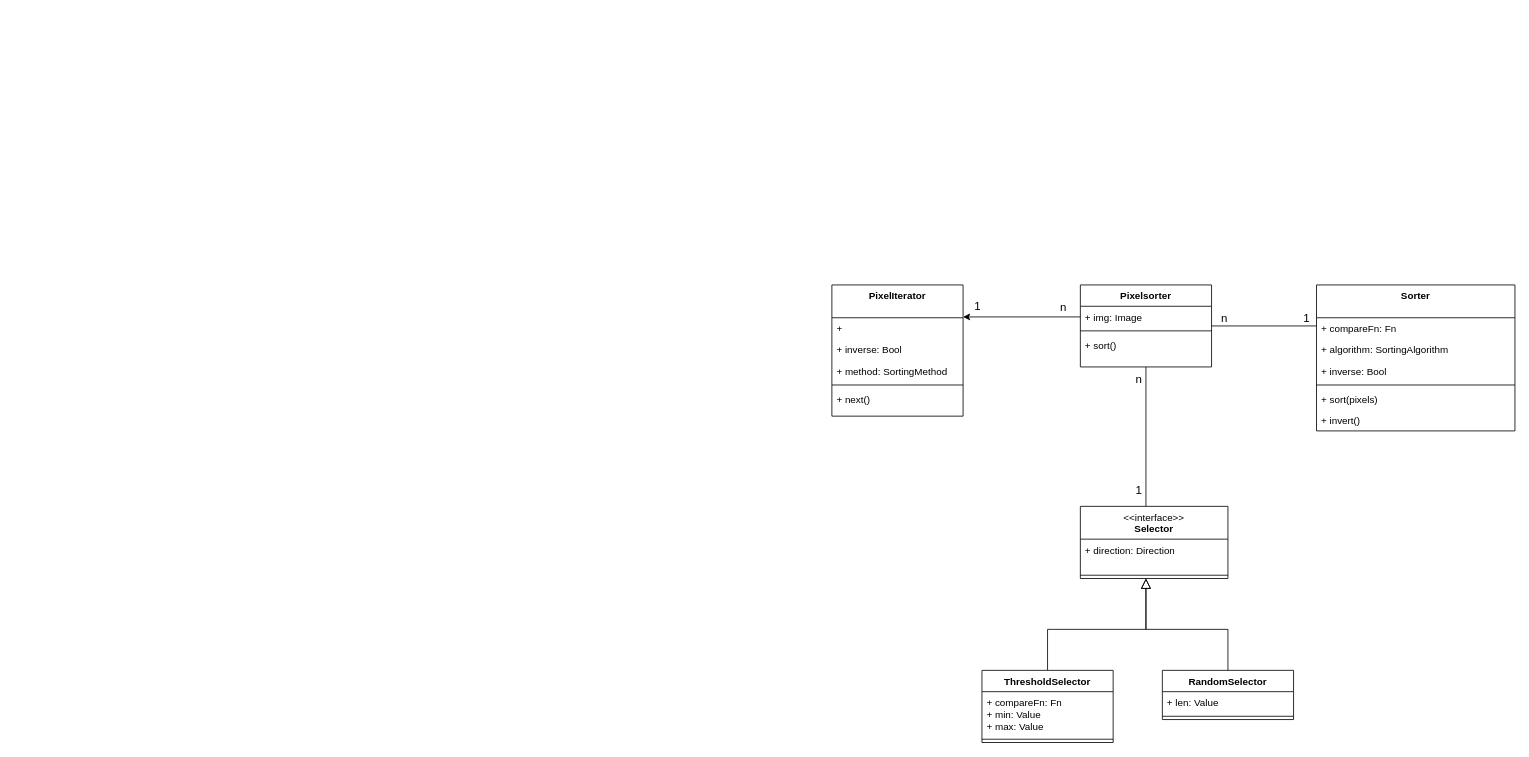
Lxtharia/pixelsortery keeps this draw.io diagram as PixelSorter-ClassDiagram.drawio. Above is the earlier version. Source tidied: cells renumbered, new cells numbered last; positions are measured from the earlier drawing's top-left corner, leaving out a move shared by most shapes. Both pictures are drawn from the tidied source at 82%, with x=0, y=0 at pixel (831, 285).
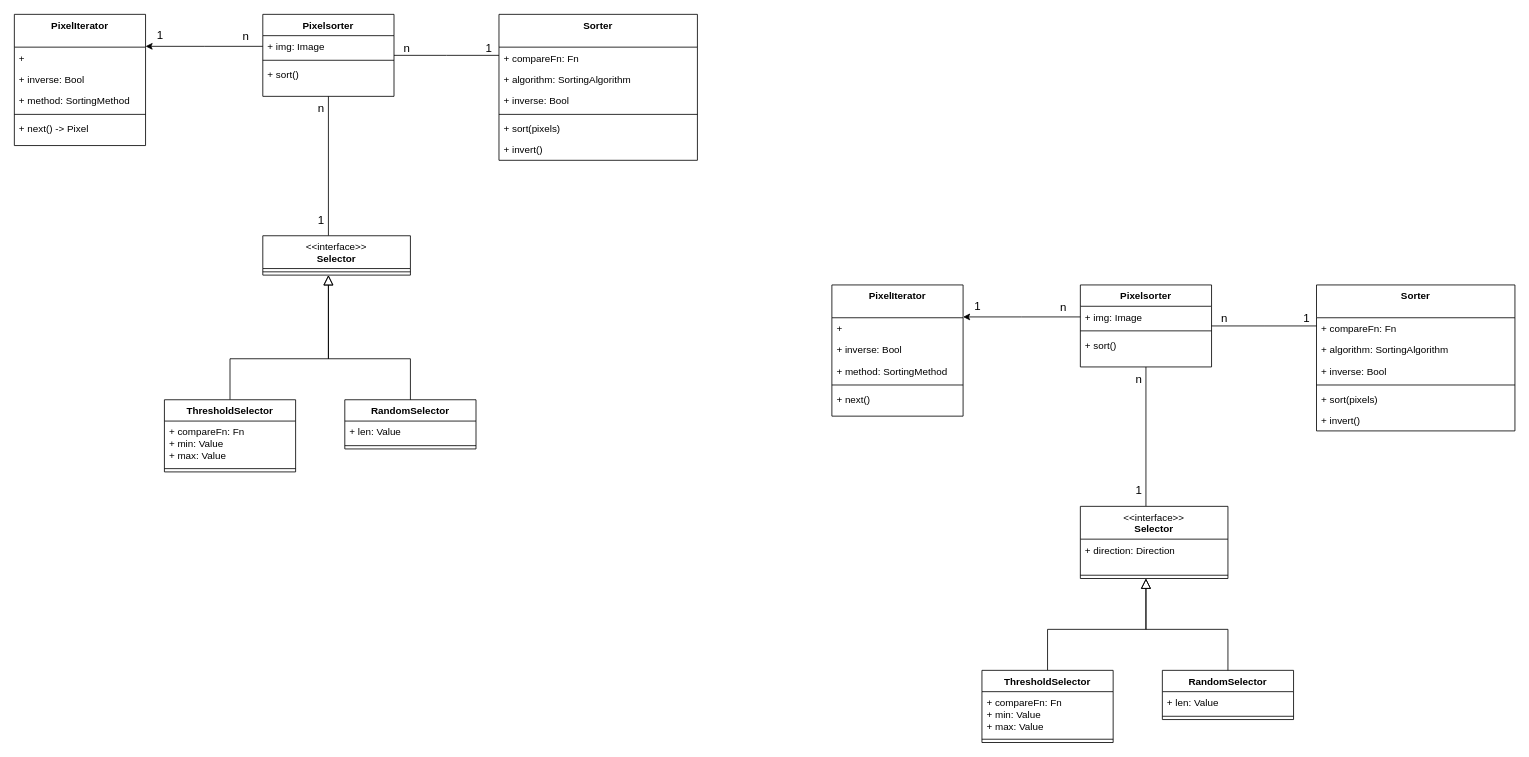
The same diagram, later.

Commit message (it also covers changes not shown here):
Do something to the diagram

The edit, as a diff of the source:
```diff
@@
+    <mxCell id="39" value="&lt;div&gt;&lt;br&gt;&lt;/div&gt;&lt;div&gt;&lt;br&gt;&lt;/div&gt;" style="edgeStyle=orthogonalEdgeStyle;rounded=0;orthogonalLoop=1;jettySize=auto;html=1;endArrow=none;endFill=0;fontFamily=Intel One Mono;" parent="1" edge="1">
+      <mxGeometry relative="1" as="geometry">
+        <mxPoint x="-614" y="-230" as="sourcePoint" />
+        <mxPoint x="-614" y="-60" as="targetPoint" />
+      </mxGeometry>
+    </mxCell>
+    <mxCell id="40" value="n" style="edgeLabel;html=1;align=center;verticalAlign=middle;fontSize=14;fontFamily=Intel One Mono;" parent="39" vertex="1">
+      <mxGeometry x="-0.84" y="-4" relative="1" as="geometry">
+        <mxPoint x="-6" as="offset" />
+      </mxGeometry>
+    </mxCell>
+    <mxCell id="41" value="1" style="edgeLabel;html=1;align=center;verticalAlign=middle;fontSize=14;fontFamily=Intel One Mono;" parent="39" vertex="1">
+      <mxGeometry x="0.74" y="-1" relative="1" as="geometry">
+        <mxPoint x="-9" y="2" as="offset" />
+      </mxGeometry>
+    </mxCell>
+    <mxCell id="42" value="Pixelsorter&#10;" style="swimlane;fontStyle=1;align=center;verticalAlign=top;horizontal=1;startSize=26;rounded=0;shadow=0;strokeWidth=1;fontFamily=Intel One Mono;" parent="1" vertex="1">
+      <mxGeometry x="-694" y="-330" width="160" height="100" as="geometry" />
+    </mxCell>
+    <mxCell id="43" value="+ img: Image" style="text;align=left;verticalAlign=top;spacingLeft=4;spacingRight=4;overflow=hidden;points=[[0,0.5],[1,0.5]];portConstraint=eastwest;rounded=0;shadow=0;html=0;fontFamily=Intel One Mono;" parent="42" vertex="1">
+      <mxGeometry y="26" width="160" height="26" as="geometry" />
+    </mxCell>
+    <mxCell id="44" style="line;html=1;strokeWidth=1;align=left;verticalAlign=middle;spacingTop=-1;spacingLeft=3;spacingRight=3;labelPosition=right;fontFamily=Intel One Mono;" parent="42" vertex="1">
+      <mxGeometry y="52" width="160" height="8" as="geometry" />
+    </mxCell>
+    <mxCell id="45" value="+ sort()" style="text;align=left;verticalAlign=top;spacingLeft=4;spacingRight=4;overflow=hidden;fontFamily=Intel One Mono;" parent="42" vertex="1">
+      <mxGeometry y="60" width="160" height="26" as="geometry" />
+    </mxCell>
+    <mxCell id="46" value="Sorter" style="swimlane;fontStyle=1;align=center;verticalAlign=top;horizontal=1;startSize=40;rounded=0;shadow=0;strokeWidth=1;fontFamily=Intel One Mono;" parent="1" vertex="1">
+      <mxGeometry x="-406" y="-330" width="242" height="178" as="geometry" />
+    </mxCell>
+    <mxCell id="47" value="+ compareFn: Fn" style="text;align=left;verticalAlign=top;spacingLeft=4;spacingRight=4;overflow=hidden;fontFamily=Intel One Mono;" parent="46" vertex="1">
+      <mxGeometry y="40" width="242" height="26" as="geometry" />
+    </mxCell>
+    <mxCell id="48" value="+ algorithm: SortingAlgorithm" style="text;align=left;verticalAlign=top;spacingLeft=4;spacingRight=4;overflow=hidden;rounded=0;shadow=0;html=0;fontFamily=Intel One Mono;" parent="46" vertex="1">
+      <mxGeometry y="66" width="242" height="26" as="geometry" />
+    </mxCell>
+    <mxCell id="49" value="+ inverse: Bool" style="text;align=left;verticalAlign=top;spacingLeft=4;spacingRight=4;overflow=hidden;rounded=0;shadow=0;html=0;fontFamily=Intel One Mono;" parent="46" vertex="1">
+      <mxGeometry y="92" width="242" height="26" as="geometry" />
+    </mxCell>
+    <mxCell id="50" style="line;html=1;strokeWidth=1;align=left;verticalAlign=middle;spacingTop=-1;spacingLeft=3;spacingRight=3;labelPosition=right;fontFamily=Intel One Mono;" parent="46" vertex="1">
+      <mxGeometry y="118" width="242" height="8" as="geometry" />
+    </mxCell>
+    <mxCell id="51" value="+ sort(pixels)" style="text;align=left;verticalAlign=top;spacingLeft=4;spacingRight=4;overflow=hidden;fontFamily=Intel One Mono;" parent="46" vertex="1">
+      <mxGeometry y="126" width="242" height="26" as="geometry" />
+    </mxCell>
+    <mxCell id="52" value="+ invert()" style="text;align=left;verticalAlign=top;spacingLeft=4;spacingRight=4;overflow=hidden;fontFamily=Intel One Mono;" parent="46" vertex="1">
+      <mxGeometry y="152" width="242" height="26" as="geometry" />
+    </mxCell>
+    <mxCell id="53" style="endArrow=none;shadow=0;strokeWidth=1;rounded=0;endFill=0;edgeStyle=elbowEdgeStyle;elbow=vertical;fontSize=14;fontFamily=Intel One Mono;" parent="1" edge="1" source="42" target="46">
+      <mxGeometry x="0.5" y="41" relative="1" as="geometry">
+        <mxPoint x="-40" y="32" as="offset" />
+      </mxGeometry>
+    </mxCell>
+    <mxCell id="54" value="n" style="align=left;verticalAlign=bottom;labelBackgroundColor=none;fontSize=14;fontFamily=Intel One Mono;" parent="53" vertex="1">
+      <mxGeometry x="-1" relative="1" as="geometry">
+        <mxPoint x="10" as="offset" />
+      </mxGeometry>
+    </mxCell>
+    <mxCell id="55" value="1" style="align=right;verticalAlign=bottom;labelBackgroundColor=none;fontSize=14;fontFamily=Intel One Mono;" parent="53" vertex="1">
+      <mxGeometry x="1" relative="1" as="geometry">
+        <mxPoint x="-7" as="offset" />
+      </mxGeometry>
+    </mxCell>
+    <mxCell id="56" value="1" style="align=right;verticalAlign=bottom;labelBackgroundColor=none;fontSize=14;fontFamily=Intel One Mono;" parent="53" vertex="1">
+      <mxGeometry x="1" relative="1" as="geometry">
+        <mxPoint x="-408" y="-15" as="offset" />
+      </mxGeometry>
+    </mxCell>
+    <mxCell id="57" value="&lt;div&gt;&lt;span style=&quot;font-weight: normal;&quot;&gt;&amp;lt;&amp;lt;interface&amp;gt;&amp;gt;&lt;/span&gt;&lt;/div&gt;Selector" style="swimlane;fontStyle=1;align=center;verticalAlign=top;horizontal=1;startSize=40;whiteSpace=wrap;html=1;fontFamily=Intel One Mono;" parent="1" vertex="1">
+      <mxGeometry x="-694" y="-60" width="180" height="48" as="geometry" />
+    </mxCell>
+    <mxCell id="58" style="line;strokeWidth=1;fillColor=none;align=left;verticalAlign=middle;spacingTop=-1;spacingLeft=3;spacingRight=3;labelPosition=right;strokeColor=inherit;fontFamily=Intel One Mono;" parent="57" vertex="1">
+      <mxGeometry y="40" width="180" height="8" as="geometry" />
+    </mxCell>
+    <mxCell id="59" style="edgeStyle=elbowEdgeStyle;rounded=0;jettySize=auto;html=1;elbow=vertical;endArrow=block;endFill=0;endSize=10;fontFamily=Intel One Mono;" parent="1" edge="1" source="60" target="57">
+      <mxGeometry relative="1" as="geometry">
+        <Array as="points">
+          <mxPoint x="-614" y="90" />
+        </Array>
+      </mxGeometry>
+    </mxCell>
+    <mxCell id="60" value="ThresholdSelector" style="swimlane;fontStyle=1;align=center;verticalAlign=top;horizontal=1;startSize=26;whiteSpace=wrap;html=1;fontFamily=Intel One Mono;" parent="1" vertex="1">
+      <mxGeometry x="-814" y="140" width="160" height="88" as="geometry" />
+    </mxCell>
+    <mxCell id="61" value="+ compareFn: Fn&lt;div&gt;+ min: Value&lt;/div&gt;&lt;div&gt;+ max: Value&lt;/div&gt;" style="text;strokeColor=none;fillColor=none;align=left;verticalAlign=top;spacingLeft=4;spacingRight=4;overflow=hidden;whiteSpace=wrap;html=1;fontFamily=Intel One Mono;" parent="60" vertex="1">
+      <mxGeometry y="26" width="160" height="54" as="geometry" />
+    </mxCell>
+    <mxCell id="62" style="line;strokeWidth=1;fillColor=none;align=left;verticalAlign=middle;spacingTop=-1;spacingLeft=3;spacingRight=3;labelPosition=right;strokeColor=inherit;fontFamily=Intel One Mono;" parent="60" vertex="1">
+      <mxGeometry y="80" width="160" height="8" as="geometry" />
+    </mxCell>
+    <mxCell id="63" value="RandomSelector" style="swimlane;fontStyle=1;align=center;verticalAlign=top;horizontal=1;startSize=26;whiteSpace=wrap;html=1;fontFamily=Intel One Mono;" parent="1" vertex="1">
+      <mxGeometry x="-594" y="140" width="160" height="60" as="geometry" />
+    </mxCell>
+    <mxCell id="64" value="+ len: Value" style="text;strokeColor=none;fillColor=none;align=left;verticalAlign=top;spacingLeft=4;spacingRight=4;overflow=hidden;whiteSpace=wrap;html=1;fontFamily=Intel One Mono;" parent="63" vertex="1">
+      <mxGeometry y="26" width="160" height="26" as="geometry" />
+    </mxCell>
+    <mxCell id="65" style="line;strokeWidth=1;fillColor=none;align=left;verticalAlign=middle;spacingTop=-1;spacingLeft=3;spacingRight=3;labelPosition=right;strokeColor=inherit;fontFamily=Intel One Mono;" parent="63" vertex="1">
+      <mxGeometry y="52" width="160" height="8" as="geometry" />
+    </mxCell>
+    <mxCell id="66" style="edgeStyle=elbowEdgeStyle;rounded=0;jettySize=auto;html=1;endArrow=block;endFill=0;elbow=vertical;endSize=10;fontFamily=Intel One Mono;" parent="1" edge="1" source="63" target="57">
+      <mxGeometry relative="1" as="geometry">
+        <Array as="points">
+          <mxPoint x="-614" y="90" />
+        </Array>
+      </mxGeometry>
+    </mxCell>
+    <mxCell id="67" value="PixelIterator" style="swimlane;fontStyle=1;align=center;verticalAlign=top;horizontal=1;startSize=40;rounded=0;shadow=0;strokeWidth=1;fontFamily=Intel One Mono;" parent="1" vertex="1">
+      <mxGeometry x="-997" y="-330" width="160" height="160" as="geometry" />
+    </mxCell>
+    <mxCell id="68" value="+ " style="text;align=left;verticalAlign=top;spacingLeft=4;spacingRight=4;overflow=hidden;fontFamily=Intel One Mono;" parent="67" vertex="1">
+      <mxGeometry y="40" width="160" height="26" as="geometry" />
+    </mxCell>
+    <mxCell id="69" value="+ inverse: Bool" style="text;align=left;verticalAlign=top;spacingLeft=4;spacingRight=4;overflow=hidden;rounded=0;shadow=0;html=0;fontFamily=Intel One Mono;" parent="67" vertex="1">
+      <mxGeometry y="66" width="160" height="26" as="geometry" />
+    </mxCell>
+    <mxCell id="70" value="+ method: SortingMethod" style="text;align=left;verticalAlign=top;spacingLeft=4;spacingRight=4;overflow=hidden;rounded=0;shadow=0;html=0;fontFamily=Intel One Mono;" parent="67" vertex="1">
+      <mxGeometry y="92" width="160" height="26" as="geometry" />
+    </mxCell>
+    <mxCell id="71" style="line;html=1;strokeWidth=1;align=left;verticalAlign=middle;spacingTop=-1;spacingLeft=3;spacingRight=3;labelPosition=right;fontFamily=Intel One Mono;" parent="67" vertex="1">
+      <mxGeometry y="118" width="160" height="8" as="geometry" />
+    </mxCell>
+    <mxCell id="72" value="+ next() -&gt; Pixel" style="text;align=left;verticalAlign=top;spacingLeft=4;spacingRight=4;overflow=hidden;fontFamily=Intel One Mono;" parent="67" vertex="1">
+      <mxGeometry y="126" width="160" height="26" as="geometry" />
+    </mxCell>
+    <mxCell id="73" style="edgeStyle=elbowEdgeStyle;rounded=0;jettySize=auto;html=1;elbow=vertical;fontFamily=Intel One Mono;" parent="1" edge="1" source="43" target="67">
+      <mxGeometry relative="1" as="geometry" />
+    </mxCell>
+    <mxCell id="74" value="&lt;font style=&quot;font-size: 14px;&quot;&gt;n&lt;/font&gt;" style="edgeLabel;html=1;align=center;verticalAlign=middle;fontFamily=Intel One Mono;" parent="73" vertex="1">
+      <mxGeometry x="-0.69" y="-3" relative="1" as="geometry">
+        <mxPoint y="-10" as="offset" />
+      </mxGeometry>
+    </mxCell>
```
